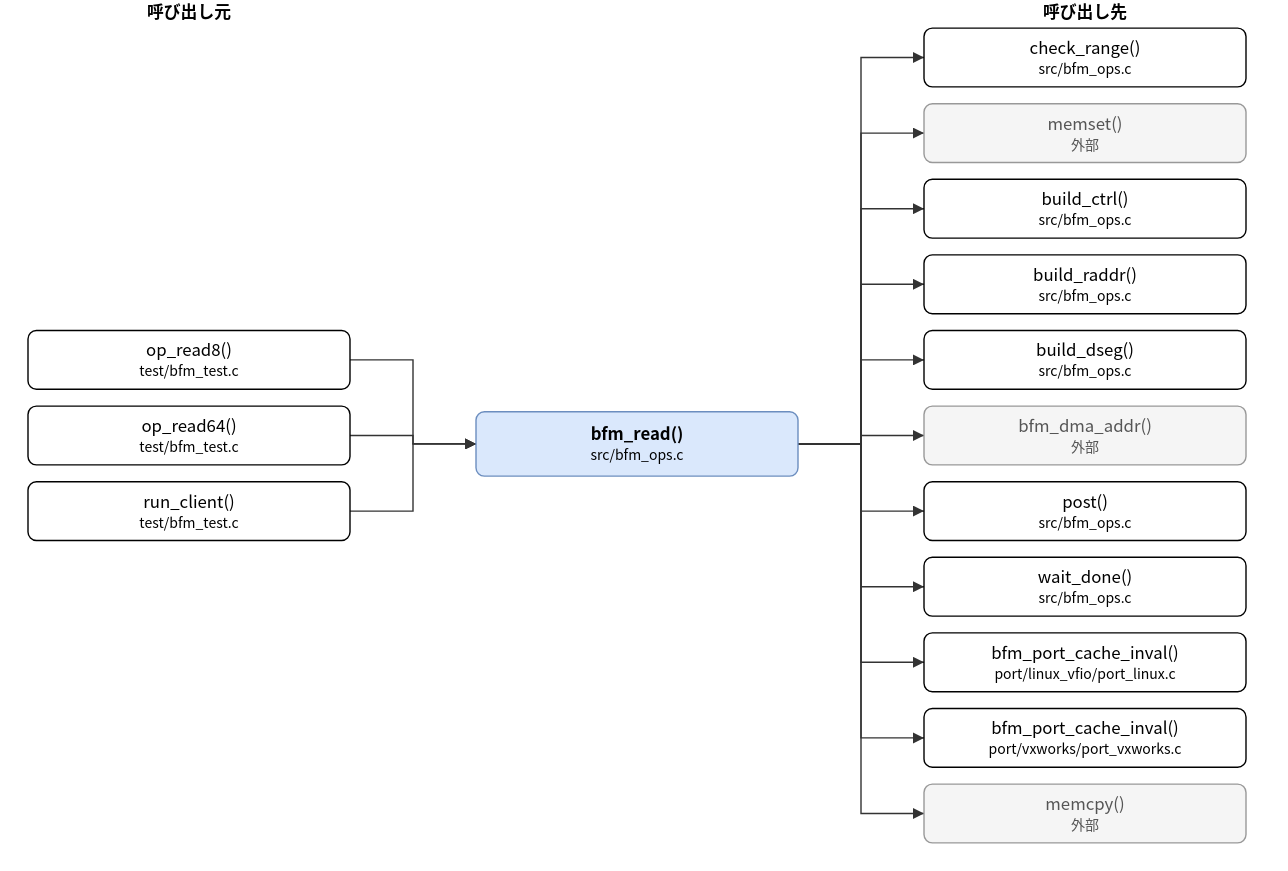
Before: doc/spec/images/call_src_bfm_ops__bfm_read.drawio.svg, a diagram exported from draw.io (hf355051012-ai/bfmem). Source tidied: cells renumbered, new cells last; positions are measured from the earlier drawing's top-left corner, leaving out a move shared by most shapes.
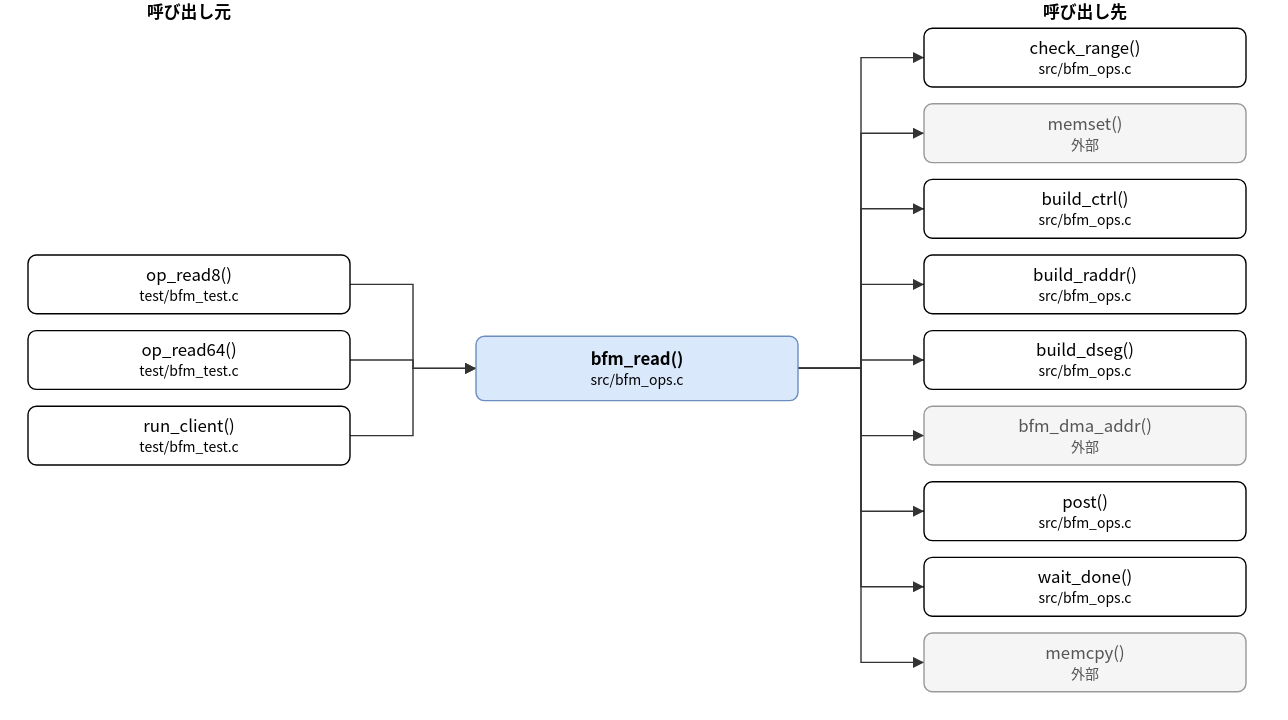
After the commit.

Diff of the diagram source:
```diff
@@ -3,16 +3,16 @@
     <mxCell id="0" />
     <mxCell id="1" parent="0" />
     <mxCell id="2" value="bfm_read()&lt;br&gt;&lt;font style=&quot;font-size:10px&quot;&gt;src/bfm_ops.c&lt;/font&gt;" style="rounded=1;whiteSpace=wrap;html=1;fillColor=#dae8fc;strokeColor=#6c8ebf;fontStyle=1;" parent="1" vertex="1">
-      <mxGeometry x="320" y="294" width="230" height="46" as="geometry" />
+      <mxGeometry x="320" y="240" width="230" height="46" as="geometry" />
     </mxCell>
     <mxCell id="3" value="op_read8()&lt;br&gt;&lt;font style=&quot;font-size:10px&quot;&gt;test/bfm_test.c&lt;/font&gt;" style="rounded=1;whiteSpace=wrap;html=1;" parent="1" vertex="1">
-      <mxGeometry y="236" width="230" height="42" as="geometry" />
+      <mxGeometry y="182" width="230" height="42" as="geometry" />
     </mxCell>
     <mxCell id="4" value="op_read64()&lt;br&gt;&lt;font style=&quot;font-size:10px&quot;&gt;test/bfm_test.c&lt;/font&gt;" style="rounded=1;whiteSpace=wrap;html=1;" parent="1" vertex="1">
-      <mxGeometry y="290" width="230" height="42" as="geometry" />
+      <mxGeometry y="236" width="230" height="42" as="geometry" />
     </mxCell>
     <mxCell id="5" value="run_client()&lt;br&gt;&lt;font style=&quot;font-size:10px&quot;&gt;test/bfm_test.c&lt;/font&gt;" style="rounded=1;whiteSpace=wrap;html=1;" parent="1" vertex="1">
-      <mxGeometry y="344" width="230" height="42" as="geometry" />
+      <mxGeometry y="290" width="230" height="42" as="geometry" />
     </mxCell>
     <mxCell id="6" value="check_range()&lt;br&gt;&lt;font style=&quot;font-size:10px&quot;&gt;src/bfm_ops.c&lt;/font&gt;" style="rounded=1;whiteSpace=wrap;html=1;" parent="1" vertex="1">
       <mxGeometry x="640" y="20" width="230" height="42" as="geometry" />
@@ -38,43 +38,37 @@
     <mxCell id="13" value="wait_done()&lt;br&gt;&lt;font style=&quot;font-size:10px&quot;&gt;src/bfm_ops.c&lt;/font&gt;" style="rounded=1;whiteSpace=wrap;html=1;" parent="1" vertex="1">
       <mxGeometry x="640" y="398" width="230" height="42" as="geometry" />
     </mxCell>
-    <mxCell id="14" value="bfm_port_cache_inval()&lt;br&gt;&lt;font style=&quot;font-size:10px&quot;&gt;port/linux_vfio/port_linux.c&lt;/font&gt;" style="rounded=1;whiteSpace=wrap;html=1;" parent="1" vertex="1">
+    <mxCell id="14" value="memcpy()&lt;br&gt;&lt;font style=&quot;font-size:10px&quot;&gt;外部&lt;/font&gt;" style="rounded=1;whiteSpace=wrap;html=1;fillColor=#f5f5f5;strokeColor=#999999;fontColor=#555555;" parent="1" vertex="1">
       <mxGeometry x="640" y="452" width="230" height="42" as="geometry" />
     </mxCell>
-    <mxCell id="15" value="bfm_port_cache_inval()&lt;br&gt;&lt;font style=&quot;font-size:10px&quot;&gt;port/vxworks/port_vxworks.c&lt;/font&gt;" style="rounded=1;whiteSpace=wrap;html=1;" parent="1" vertex="1">
-      <mxGeometry x="640" y="506" width="230" height="42" as="geometry" />
-    </mxCell>
-    <mxCell id="16" value="memcpy()&lt;br&gt;&lt;font style=&quot;font-size:10px&quot;&gt;外部&lt;/font&gt;" style="rounded=1;whiteSpace=wrap;html=1;fillColor=#f5f5f5;strokeColor=#999999;fontColor=#555555;" parent="1" vertex="1">
-      <mxGeometry x="640" y="560" width="230" height="42" as="geometry" />
-    </mxCell>
     <mxCell id="17" style="edgeStyle=none;html=1;rounded=0;endArrow=block;endFill=1;exitX=1.0000;exitY=0.5000;exitDx=0;exitDy=0;exitPerimeter=0;entryX=0.0000;entryY=0.5000;entryDx=0;entryDy=0;entryPerimeter=0;" parent="1" edge="1" source="3" target="2">
       <mxGeometry relative="1" as="geometry">
         <Array as="points">
-          <mxPoint x="275" y="257" />
-          <mxPoint x="275" y="317" />
+          <mxPoint x="275" y="203" />
+          <mxPoint x="275" y="263" />
         </Array>
       </mxGeometry>
     </mxCell>
     <mxCell id="18" style="edgeStyle=none;html=1;rounded=0;endArrow=block;endFill=1;exitX=1.0000;exitY=0.5000;exitDx=0;exitDy=0;exitPerimeter=0;entryX=0.0000;entryY=0.5000;entryDx=0;entryDy=0;entryPerimeter=0;" parent="1" edge="1" source="4" target="2">
       <mxGeometry relative="1" as="geometry">
         <Array as="points">
-          <mxPoint x="275" y="311" />
-          <mxPoint x="275" y="317" />
+          <mxPoint x="275" y="257" />
+          <mxPoint x="275" y="263" />
         </Array>
       </mxGeometry>
     </mxCell>
     <mxCell id="19" style="edgeStyle=none;html=1;rounded=0;endArrow=block;endFill=1;exitX=1.0000;exitY=0.5000;exitDx=0;exitDy=0;exitPerimeter=0;entryX=0.0000;entryY=0.5000;entryDx=0;entryDy=0;entryPerimeter=0;" parent="1" edge="1" source="5" target="2">
       <mxGeometry relative="1" as="geometry">
         <Array as="points">
-          <mxPoint x="275" y="365" />
-          <mxPoint x="275" y="317" />
+          <mxPoint x="275" y="311" />
+          <mxPoint x="275" y="263" />
         </Array>
       </mxGeometry>
     </mxCell>
     <mxCell id="20" style="edgeStyle=none;html=1;rounded=0;endArrow=block;endFill=1;exitX=1.0000;exitY=0.5000;exitDx=0;exitDy=0;exitPerimeter=0;entryX=0.0000;entryY=0.5000;entryDx=0;entryDy=0;entryPerimeter=0;" parent="1" edge="1" source="2" target="6">
       <mxGeometry relative="1" as="geometry">
         <Array as="points">
-          <mxPoint x="595" y="317" />
+          <mxPoint x="595" y="263" />
           <mxPoint x="595" y="41" />
         </Array>
       </mxGeometry>
@@ -82,7 +76,7 @@
     <mxCell id="21" style="edgeStyle=none;html=1;rounded=0;endArrow=block;endFill=1;exitX=1.0000;exitY=0.5000;exitDx=0;exitDy=0;exitPerimeter=0;entryX=0.0000;entryY=0.5000;entryDx=0;entryDy=0;entryPerimeter=0;" parent="1" edge="1" source="2" target="7">
       <mxGeometry relative="1" as="geometry">
         <Array as="points">
-          <mxPoint x="595" y="317" />
+          <mxPoint x="595" y="263" />
           <mxPoint x="595" y="95" />
         </Array>
       </mxGeometry>
@@ -90,7 +84,7 @@
     <mxCell id="22" style="edgeStyle=none;html=1;rounded=0;endArrow=block;endFill=1;exitX=1.0000;exitY=0.5000;exitDx=0;exitDy=0;exitPerimeter=0;entryX=0.0000;entryY=0.5000;entryDx=0;entryDy=0;entryPerimeter=0;" parent="1" edge="1" source="2" target="8">
       <mxGeometry relative="1" as="geometry">
         <Array as="points">
-          <mxPoint x="595" y="317" />
+          <mxPoint x="595" y="263" />
           <mxPoint x="595" y="149" />
         </Array>
       </mxGeometry>
@@ -98,7 +92,7 @@
     <mxCell id="23" style="edgeStyle=none;html=1;rounded=0;endArrow=block;endFill=1;exitX=1.0000;exitY=0.5000;exitDx=0;exitDy=0;exitPerimeter=0;entryX=0.0000;entryY=0.5000;entryDx=0;entryDy=0;entryPerimeter=0;" parent="1" edge="1" source="2" target="9">
       <mxGeometry relative="1" as="geometry">
         <Array as="points">
-          <mxPoint x="595" y="317" />
+          <mxPoint x="595" y="263" />
           <mxPoint x="595" y="203" />
         </Array>
       </mxGeometry>
@@ -106,7 +100,7 @@
     <mxCell id="24" style="edgeStyle=none;html=1;rounded=0;endArrow=block;endFill=1;exitX=1.0000;exitY=0.5000;exitDx=0;exitDy=0;exitPerimeter=0;entryX=0.0000;entryY=0.5000;entryDx=0;entryDy=0;entryPerimeter=0;" parent="1" edge="1" source="2" target="10">
       <mxGeometry relative="1" as="geometry">
         <Array as="points">
-          <mxPoint x="595" y="317" />
+          <mxPoint x="595" y="263" />
           <mxPoint x="595" y="257" />
         </Array>
       </mxGeometry>
@@ -114,7 +108,7 @@
     <mxCell id="25" style="edgeStyle=none;html=1;rounded=0;endArrow=block;endFill=1;exitX=1.0000;exitY=0.5000;exitDx=0;exitDy=0;exitPerimeter=0;entryX=0.0000;entryY=0.5000;entryDx=0;entryDy=0;entryPerimeter=0;" parent="1" edge="1" source="2" target="11">
       <mxGeometry relative="1" as="geometry">
         <Array as="points">
-          <mxPoint x="595" y="317" />
+          <mxPoint x="595" y="263" />
           <mxPoint x="595" y="311" />
         </Array>
       </mxGeometry>
@@ -122,7 +116,7 @@
     <mxCell id="26" style="edgeStyle=none;html=1;rounded=0;endArrow=block;endFill=1;exitX=1.0000;exitY=0.5000;exitDx=0;exitDy=0;exitPerimeter=0;entryX=0.0000;entryY=0.5000;entryDx=0;entryDy=0;entryPerimeter=0;" parent="1" edge="1" source="2" target="12">
       <mxGeometry relative="1" as="geometry">
         <Array as="points">
-          <mxPoint x="595" y="317" />
+          <mxPoint x="595" y="263" />
           <mxPoint x="595" y="365" />
         </Array>
       </mxGeometry>
@@ -130,7 +124,7 @@
     <mxCell id="27" style="edgeStyle=none;html=1;rounded=0;endArrow=block;endFill=1;exitX=1.0000;exitY=0.5000;exitDx=0;exitDy=0;exitPerimeter=0;entryX=0.0000;entryY=0.5000;entryDx=0;entryDy=0;entryPerimeter=0;" parent="1" edge="1" source="2" target="13">
       <mxGeometry relative="1" as="geometry">
         <Array as="points">
-          <mxPoint x="595" y="317" />
+          <mxPoint x="595" y="263" />
           <mxPoint x="595" y="419" />
         </Array>
       </mxGeometry>
@@ -138,27 +132,11 @@
     <mxCell id="28" style="edgeStyle=none;html=1;rounded=0;endArrow=block;endFill=1;exitX=1.0000;exitY=0.5000;exitDx=0;exitDy=0;exitPerimeter=0;entryX=0.0000;entryY=0.5000;entryDx=0;entryDy=0;entryPerimeter=0;" parent="1" edge="1" source="2" target="14">
       <mxGeometry relative="1" as="geometry">
         <Array as="points">
-          <mxPoint x="595" y="317" />
+          <mxPoint x="595" y="263" />
           <mxPoint x="595" y="473" />
         </Array>
       </mxGeometry>
     </mxCell>
-    <mxCell id="29" style="edgeStyle=none;html=1;rounded=0;endArrow=block;endFill=1;exitX=1.0000;exitY=0.5000;exitDx=0;exitDy=0;exitPerimeter=0;entryX=0.0000;entryY=0.5000;entryDx=0;entryDy=0;entryPerimeter=0;" parent="1" edge="1" source="2" target="15">
-      <mxGeometry relative="1" as="geometry">
-        <Array as="points">
-          <mxPoint x="595" y="317" />
-          <mxPoint x="595" y="527" />
-        </Array>
-      </mxGeometry>
-    </mxCell>
-    <mxCell id="30" style="edgeStyle=none;html=1;rounded=0;endArrow=block;endFill=1;exitX=1.0000;exitY=0.5000;exitDx=0;exitDy=0;exitPerimeter=0;entryX=0.0000;entryY=0.5000;entryDx=0;entryDy=0;entryPerimeter=0;" parent="1" edge="1" source="2" target="16">
-      <mxGeometry relative="1" as="geometry">
-        <Array as="points">
-          <mxPoint x="595" y="317" />
-          <mxPoint x="595" y="581" />
-        </Array>
-      </mxGeometry>
-    </mxCell>
     <mxCell id="31" value="呼び出し元" style="text;html=1;align=center;fontStyle=1;" parent="1" vertex="1">
       <mxGeometry x="35" width="160" height="18" as="geometry" />
     </mxCell>
```
